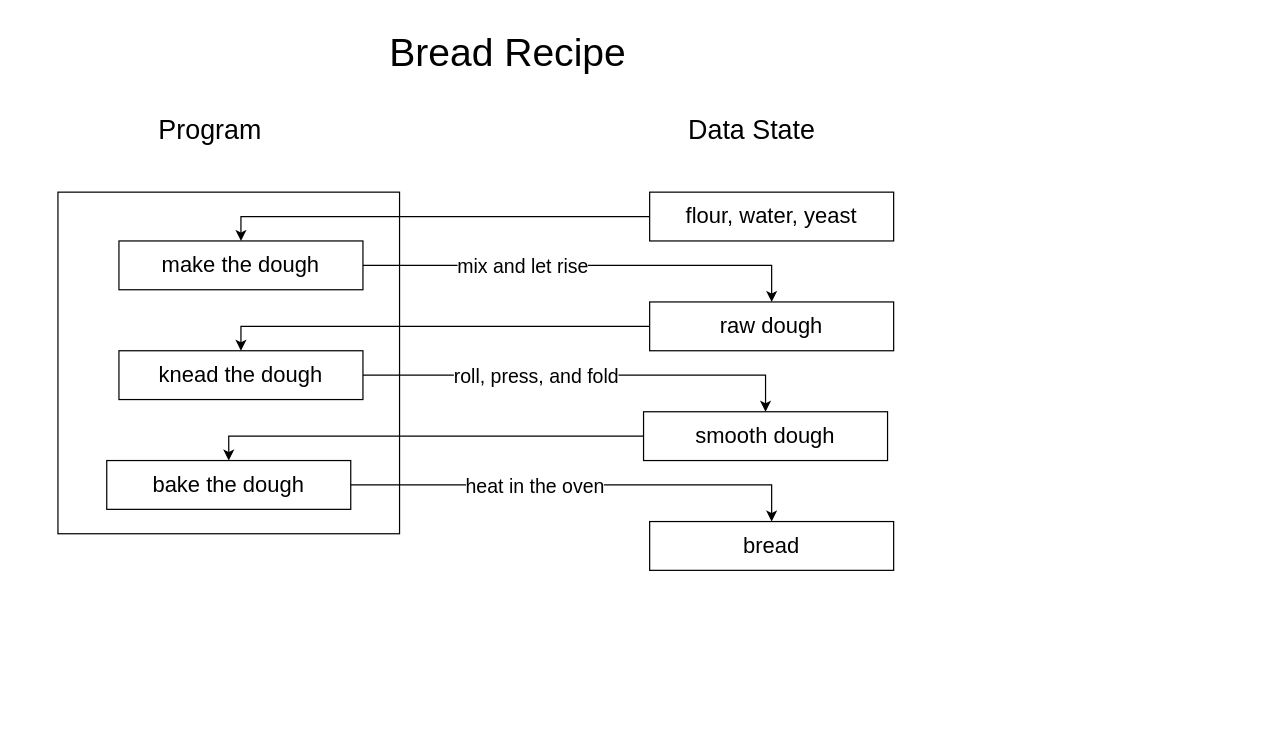
kushnertodd/basic-data-science-python keeps this draw.io diagram as page "bread-recipe" (15 of 17) of docs/diagrams-data-types.drawio. Above is the earlier version. Source tidied: cells renumbered, new cells numbered last; positions are measured from the earlier drawing's top-left corner, leaving out a move shared by most shapes. Both pictures are drawn from the tidied source at 122%, with x=0, y=0 at pixel (21, 21).
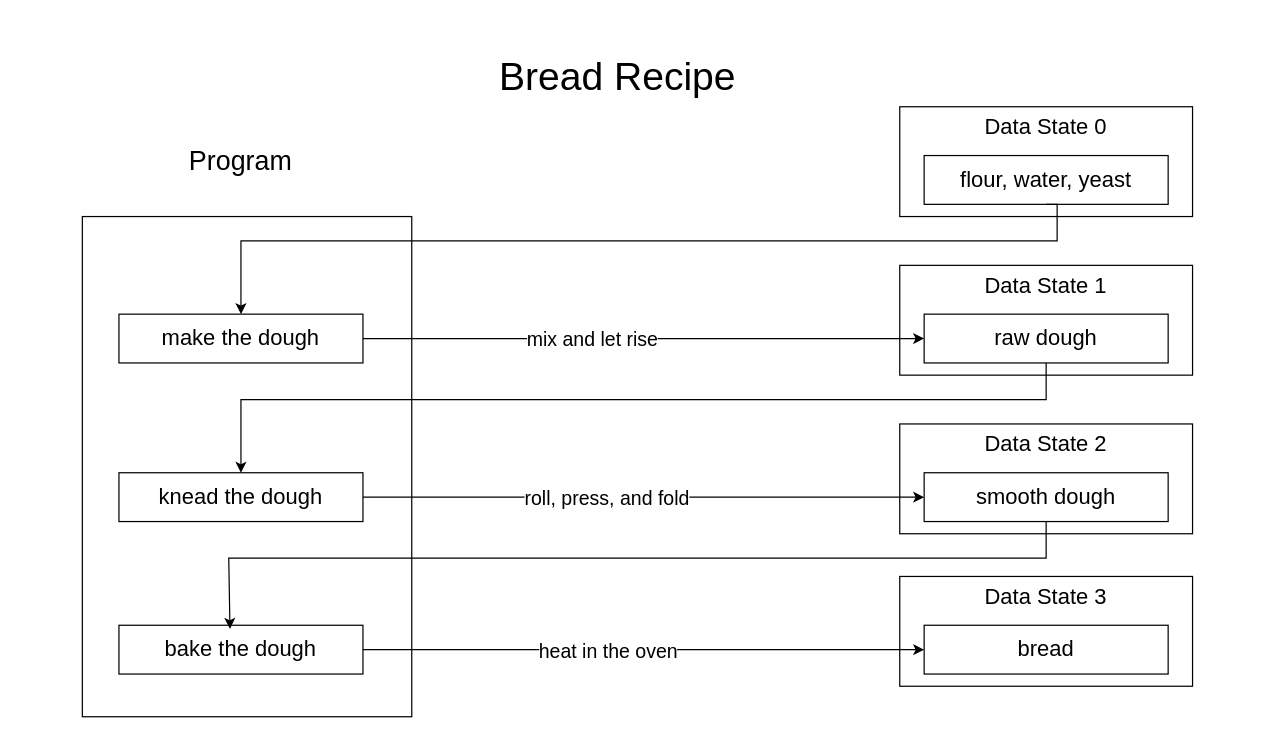
Above is the later version.

The edit, as a diff of the source:
```diff
@@
     <mxCell id="3" style="rounded=0;whiteSpace=wrap;html=1;" parent="1" vertex="1">
-      <mxGeometry x="30" y="140" width="280" height="280" as="geometry" />
+      <mxGeometry x="50" y="160" width="270" height="410" as="geometry" />
     </mxCell>
     <mxCell id="4" value="&lt;font style=&quot;font-size: 18px;&quot;&gt;make the dough&lt;/font&gt;" style="rounded=0;whiteSpace=wrap;html=1;fillColor=light-dark(#ffffff, #ededed);" parent="1" vertex="1">
-      <mxGeometry x="80" y="180" width="200" height="40" as="geometry" />
+      <mxGeometry x="80" y="240" width="200" height="40" as="geometry" />
     </mxCell>
+    <mxCell id="6" value="Program" style="text;whiteSpace=wrap;fontSize=22;align=center;" parent="1" vertex="1">
+      <mxGeometry x="105" y="95" width="150" height="40" as="geometry" />
+    </mxCell>
+    <mxCell id="12" value="&lt;font style=&quot;font-size: 18px;&quot;&gt;knead the dough&lt;/font&gt;" style="rounded=0;whiteSpace=wrap;html=1;fillColor=light-dark(#ffffff, #ededed);" parent="1" vertex="1">
+      <mxGeometry x="80" y="370" width="200" height="40" as="geometry" />
+    </mxCell>
+    <mxCell id="17" value="&lt;font style=&quot;font-size: 18px;&quot;&gt;bake the dough&lt;/font&gt;" style="rounded=0;whiteSpace=wrap;html=1;fillColor=light-dark(#ffffff, #ededed);" parent="1" vertex="1">
+      <mxGeometry x="80" y="495" width="200" height="40" as="geometry" />
+    </mxCell>
+    <mxCell id="22" value="Bread Recipe" style="text;whiteSpace=wrap;fontSize=32;" parent="1" vertex="1">
+      <mxGeometry x="390" y="20" width="230" height="40" as="geometry" />
+    </mxCell>
+    <mxCell id="23" style="group;" parent="1" vertex="1">
+      <mxGeometry x="720" y="70" width="240" height="90" as="geometry" />
+    </mxCell>
+    <mxCell id="24" value="&lt;font style=&quot;font-size: 18px;&quot;&gt;Data State 0&lt;/font&gt;" style="rounded=0;whiteSpace=wrap;html=1;verticalAlign=top;" parent="23" vertex="1">
+      <mxGeometry width="240" height="90" as="geometry" />
+    </mxCell>
-    <mxCell id="5" value="&lt;span style=&quot;font-size: 18px;&quot;&gt;flour,&amp;nbsp;&lt;/span&gt;&lt;span style=&quot;font-size: 18px; background-color: transparent; color: light-dark(rgb(0, 0, 0), rgb(255, 255, 255));&quot;&gt;water,&amp;nbsp;&lt;/span&gt;&lt;span style=&quot;font-size: 18px; background-color: transparent; color: light-dark(rgb(0, 0, 0), rgb(255, 255, 255));&quot;&gt;yeast&lt;/span&gt;" style="rounded=0;whiteSpace=wrap;html=1;fillColor=light-dark(#ffffff, #ededed);" parent="1" vertex="1">
-      <mxGeometry x="515" y="140" width="200" height="40" as="geometry" />
+    <mxCell id="5" value="&lt;span style=&quot;font-size: 18px;&quot;&gt;flour,&amp;nbsp;&lt;/span&gt;&lt;span style=&quot;font-size: 18px; background-color: transparent; color: light-dark(rgb(0, 0, 0), rgb(255, 255, 255));&quot;&gt;water,&amp;nbsp;&lt;/span&gt;&lt;span style=&quot;font-size: 18px; background-color: transparent; color: light-dark(rgb(0, 0, 0), rgb(255, 255, 255));&quot;&gt;yeast&lt;/span&gt;" style="rounded=0;whiteSpace=wrap;html=1;fillColor=light-dark(#ffffff, #ededed);" parent="23" vertex="1">
+      <mxGeometry x="20" y="40" width="200" height="40" as="geometry" />
     </mxCell>
-    <mxCell id="6" value="Program" style="text;whiteSpace=wrap;fontSize=22;align=center;" parent="1" vertex="1">
-      <mxGeometry x="80" y="70" width="150" height="40" as="geometry" />
-    </mxCell>
-    <mxCell id="7" value="Data State" style="text;whiteSpace=wrap;fontSize=22;" parent="1" vertex="1">
-      <mxGeometry x="545" y="70" width="130" height="40" as="geometry" />
-    </mxCell>
+    <mxCell id="25" style="group;" parent="1" vertex="1">
+      <mxGeometry x="720" y="200" width="240" height="90" as="geometry" />
+    </mxCell>
+    <mxCell id="26" value="&lt;font style=&quot;font-size: 18px;&quot;&gt;Data State 1&lt;/font&gt;" style="rounded=0;whiteSpace=wrap;html=1;verticalAlign=top;" parent="25" vertex="1">
+      <mxGeometry width="240" height="90" as="geometry" />
+    </mxCell>
+    <mxCell id="9" value="&lt;span style=&quot;font-size: 18px;&quot;&gt;raw dough&lt;/span&gt;" style="rounded=0;whiteSpace=wrap;html=1;fillColor=light-dark(#ffffff, #ededed);" parent="25" vertex="1">
+      <mxGeometry x="20" y="40" width="200" height="40" as="geometry" />
+    </mxCell>
+    <mxCell id="27" style="group;" parent="1" vertex="1">
+      <mxGeometry x="720" y="330" width="240" height="90" as="geometry" />
+    </mxCell>
+    <mxCell id="28" value="&lt;font style=&quot;font-size: 18px;&quot;&gt;Data State 2&lt;/font&gt;" style="rounded=0;whiteSpace=wrap;html=1;verticalAlign=top;" parent="27" vertex="1">
+      <mxGeometry width="240" height="90" as="geometry" />
+    </mxCell>
+    <mxCell id="14" value="&lt;span style=&quot;font-size: 18px;&quot;&gt;smooth dough&lt;/span&gt;" style="rounded=0;whiteSpace=wrap;html=1;fillColor=light-dark(#ffffff, #ededed);" parent="27" vertex="1">
+      <mxGeometry x="20" y="40" width="200" height="40" as="geometry" />
+    </mxCell>
+    <mxCell id="29" style="group;" parent="1" vertex="1">
+      <mxGeometry x="720" y="455" width="240" height="90" as="geometry" />
+    </mxCell>
+    <mxCell id="30" value="&lt;font style=&quot;font-size: 18px;&quot;&gt;Data State 3&lt;/font&gt;" style="rounded=0;whiteSpace=wrap;html=1;verticalAlign=top;" parent="29" vertex="1">
+      <mxGeometry width="240" height="90" as="geometry" />
+    </mxCell>
+    <mxCell id="19" value="&lt;span style=&quot;font-size: 18px;&quot;&gt;bread&lt;/span&gt;" style="rounded=0;whiteSpace=wrap;html=1;fillColor=light-dark(#ffffff, #ededed);" parent="29" vertex="1">
+      <mxGeometry x="20" y="40" width="200" height="40" as="geometry" />
+    </mxCell>
-    <mxCell id="8" style="endArrow=classic;html=1;rounded=0;entryX=0.5;entryY=0;entryDx=0;entryDy=0;exitX=0;exitY=0.5;exitDx=0;exitDy=0;edgeStyle=orthogonalEdgeStyle;" parent="1" edge="1" source="5" target="4">
-      <mxGeometry relative="1" as="geometry" />
+    <mxCell id="8" style="endArrow=classic;html=1;rounded=0;entryX=0.5;entryY=0;entryDx=0;entryDy=0;edgeStyle=orthogonalEdgeStyle;exitX=0.5;exitY=1;exitDx=0;exitDy=0;" parent="1" edge="1" source="5" target="4">
+      <mxGeometry relative="1" as="geometry">
+        <Array as="points">
+          <mxPoint x="849" y="150" />
+          <mxPoint x="849" y="180" />
+          <mxPoint x="180" y="180" />
+        </Array>
+      </mxGeometry>
     </mxCell>
-    <mxCell id="9" value="&lt;span style=&quot;font-size: 18px;&quot;&gt;raw dough&lt;/span&gt;" style="rounded=0;whiteSpace=wrap;html=1;fillColor=light-dark(#ffffff, #ededed);" parent="1" vertex="1">
-      <mxGeometry x="515" y="230" width="200" height="40" as="geometry" />
-    </mxCell>
+    <mxCell id="20" style="endArrow=classic;html=1;rounded=0;entryX=0;entryY=0.5;entryDx=0;entryDy=0;exitX=1;exitY=0.5;exitDx=0;exitDy=0;edgeStyle=orthogonalEdgeStyle;" parent="1" edge="1" source="17" target="19">
+      <mxGeometry relative="1" as="geometry" />
+    </mxCell>
+    <mxCell id="21" value="&lt;font style=&quot;font-size: 16px;&quot;&gt;heat in the oven&lt;/font&gt;" style="edgeLabel;html=1;align=center;verticalAlign=middle;" parent="20" vertex="1">
+      <mxGeometry x="0.16" relative="1" as="geometry">
+        <mxPoint x="-67" as="offset" />
+      </mxGeometry>
+    </mxCell>
+    <mxCell id="18" style="endArrow=classic;html=1;rounded=0;edgeStyle=orthogonalEdgeStyle;exitX=0.5;exitY=1;exitDx=0;exitDy=0;entryX=0.455;entryY=0.075;entryDx=0;entryDy=0;entryPerimeter=0;" parent="1" edge="1" source="14" target="17">
+      <mxGeometry relative="1" as="geometry">
+        <Array as="points">
+          <mxPoint x="840" y="440" />
+          <mxPoint x="170" y="440" />
+        </Array>
+      </mxGeometry>
+    </mxCell>
+    <mxCell id="13" style="endArrow=classic;html=1;rounded=0;exitX=0.5;exitY=1;exitDx=0;exitDy=0;edgeStyle=orthogonalEdgeStyle;entryX=0.5;entryY=0;entryDx=0;entryDy=0;" parent="1" edge="1" source="9" target="12">
+      <mxGeometry relative="1" as="geometry">
+        <Array as="points">
+          <mxPoint x="840" y="310" />
+          <mxPoint x="180" y="310" />
+        </Array>
+      </mxGeometry>
+    </mxCell>
-    <mxCell id="10" style="endArrow=classic;html=1;rounded=0;entryX=0.5;entryY=0;entryDx=0;entryDy=0;exitX=1;exitY=0.5;exitDx=0;exitDy=0;edgeStyle=orthogonalEdgeStyle;" parent="1" edge="1" source="4" target="9">
+    <mxCell id="10" style="endArrow=classic;html=1;rounded=0;entryX=0;entryY=0.5;entryDx=0;entryDy=0;exitX=1;exitY=0.5;exitDx=0;exitDy=0;edgeStyle=orthogonalEdgeStyle;" parent="1" edge="1" source="4" target="9">
       <mxGeometry relative="1" as="geometry" />
     </mxCell>
@@
-    <mxCell id="12" value="&lt;font style=&quot;font-size: 18px;&quot;&gt;knead the dough&lt;/font&gt;" style="rounded=0;whiteSpace=wrap;html=1;fillColor=light-dark(#ffffff, #ededed);" parent="1" vertex="1">
-      <mxGeometry x="80" y="270" width="200" height="40" as="geometry" />
-    </mxCell>
-    <mxCell id="13" style="endArrow=classic;html=1;rounded=0;exitX=0;exitY=0.5;exitDx=0;exitDy=0;edgeStyle=orthogonalEdgeStyle;entryX=0.5;entryY=0;entryDx=0;entryDy=0;" parent="1" edge="1" source="9" target="12">
-      <mxGeometry relative="1" as="geometry" />
-    </mxCell>
-    <mxCell id="14" value="&lt;span style=&quot;font-size: 18px;&quot;&gt;smooth dough&lt;/span&gt;" style="rounded=0;whiteSpace=wrap;html=1;fillColor=light-dark(#ffffff, #ededed);" parent="1" vertex="1">
-      <mxGeometry x="510" y="320" width="200" height="40" as="geometry" />
-    </mxCell>
-    <mxCell id="15" style="endArrow=classic;html=1;rounded=0;entryX=0.5;entryY=0;entryDx=0;entryDy=0;exitX=1;exitY=0.5;exitDx=0;exitDy=0;edgeStyle=orthogonalEdgeStyle;" parent="1" edge="1" source="12" target="14">
+    <mxCell id="15" style="endArrow=classic;html=1;rounded=0;exitX=1;exitY=0.5;exitDx=0;exitDy=0;edgeStyle=orthogonalEdgeStyle;entryX=0;entryY=0.5;entryDx=0;entryDy=0;" parent="1" edge="1" source="12" target="14">
       <mxGeometry relative="1" as="geometry" />
     </mxCell>
@@
-    <mxCell id="17" value="&lt;font style=&quot;font-size: 18px;&quot;&gt;bake the dough&lt;/font&gt;" style="rounded=0;whiteSpace=wrap;html=1;fillColor=light-dark(#ffffff, #ededed);" parent="1" vertex="1">
-      <mxGeometry x="70" y="360" width="200" height="40" as="geometry" />
-    </mxCell>
-    <mxCell id="18" style="endArrow=classic;html=1;rounded=0;entryX=0.5;entryY=0;entryDx=0;entryDy=0;exitX=0;exitY=0.5;exitDx=0;exitDy=0;edgeStyle=orthogonalEdgeStyle;" parent="1" edge="1" source="14" target="17">
-      <mxGeometry relative="1" as="geometry" />
-    </mxCell>
-    <mxCell id="19" value="&lt;span style=&quot;font-size: 18px;&quot;&gt;bread&lt;/span&gt;" style="rounded=0;whiteSpace=wrap;html=1;fillColor=light-dark(#ffffff, #ededed);" parent="1" vertex="1">
-      <mxGeometry x="515" y="410" width="200" height="40" as="geometry" />
-    </mxCell>
-    <mxCell id="20" style="endArrow=classic;html=1;rounded=0;entryX=0.5;entryY=0;entryDx=0;entryDy=0;exitX=1;exitY=0.5;exitDx=0;exitDy=0;edgeStyle=orthogonalEdgeStyle;" parent="1" edge="1" source="17" target="19">
-      <mxGeometry relative="1" as="geometry" />
-    </mxCell>
-    <mxCell id="21" value="&lt;font style=&quot;font-size: 16px;&quot;&gt;heat in the oven&lt;/font&gt;" style="edgeLabel;html=1;align=center;verticalAlign=middle;" parent="20" vertex="1">
-      <mxGeometry x="0.16" relative="1" as="geometry">
-        <mxPoint x="-67" as="offset" />
-      </mxGeometry>
-    </mxCell>
-    <mxCell id="22" value="Bread Recipe" style="text;whiteSpace=wrap;fontSize=32;" parent="1" vertex="1">
-      <mxGeometry x="300" width="230" height="40" as="geometry" />
-    </mxCell>
+    <mxCell id="31" style="rounded=0;whiteSpace=wrap;html=1;opacity=0;" parent="1" vertex="1">
+      <mxGeometry x="20" y="20" width="980" height="550" as="geometry" />
+    </mxCell>
```
